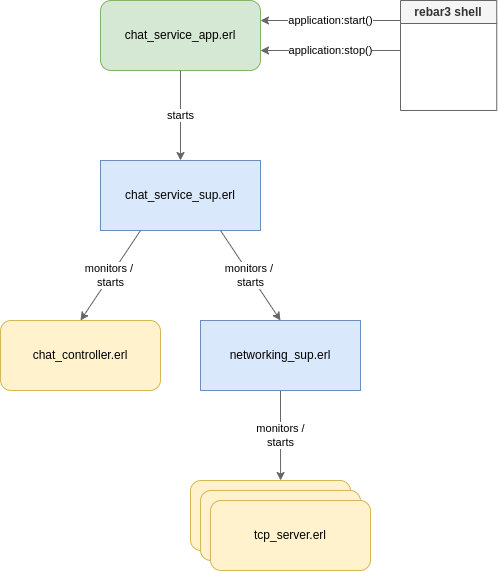
Earlier version of the draw.io export OTP Supervision tree.drawio.png (skaysrei/docs-diagrams). Source tidied: cells renumbered, new cells last; positions are measured from the earlier drawing's top-left corner, leaving out a move shared by most shapes.
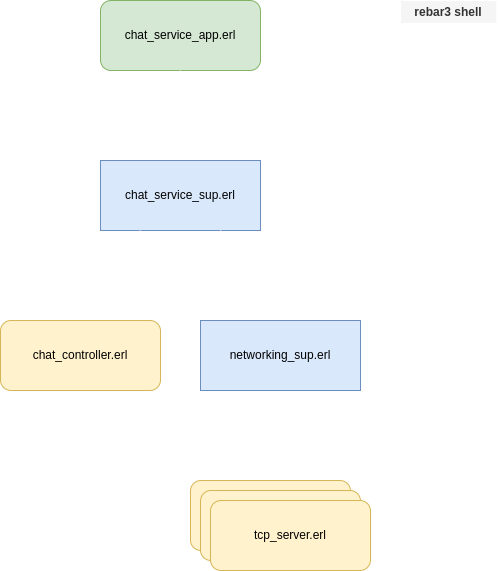
The same file after the commit.

The edit, as a diff of the source:
```diff
@@ -1,4 +1,4 @@
-<mxGraphModel>
+<mxGraphModel background="#5C5E82">
   <root>
     <mxCell id="0" />
     <mxCell id="1" parent="0" />
@@ -8,22 +8,22 @@
     <mxCell id="3" value="chat_service_sup.erl" style="rounded=0;whiteSpace=wrap;html=1;fillColor=#dae8fc;strokeColor=#6c8ebf;" parent="1" vertex="1">
       <mxGeometry x="100" y="160" width="160" height="70" as="geometry" />
     </mxCell>
-    <mxCell id="4" value="starts" style="endArrow=classic;html=1;rounded=0;entryX=0.5;entryY=0;entryDx=0;entryDy=0;exitX=0.5;exitY=1;exitDx=0;exitDy=0;fillColor=#f5f5f5;strokeColor=#666666;" parent="1" edge="1" source="2" target="3">
+    <mxCell id="4" value="starts" style="endArrow=classic;html=1;rounded=0;entryX=0.5;entryY=0;entryDx=0;entryDy=0;exitX=0.5;exitY=1;exitDx=0;exitDy=0;fillColor=#f5f5f5;strokeColor=#FFFFFF;labelBackgroundColor=none;fontColor=#FFFFFF;fontStyle=1;" parent="1" edge="1" source="2" target="3">
       <mxGeometry relative="1" as="geometry" />
     </mxCell>
-    <mxCell id="5" value="application:start()" style="endArrow=classic;html=1;rounded=0;fillColor=#f5f5f5;strokeColor=#666666;" parent="1" edge="1">
+    <mxCell id="5" value="application:start()" style="endArrow=classic;html=1;rounded=0;fillColor=#f5f5f5;strokeColor=#FFFFFF;labelBackgroundColor=none;fontColor=#FFFFFF;fontStyle=1;" parent="1" edge="1">
       <mxGeometry relative="1" as="geometry">
         <mxPoint x="400" y="20" as="sourcePoint" />
         <mxPoint x="260" y="20" as="targetPoint" />
       </mxGeometry>
     </mxCell>
-    <mxCell id="6" value="application:stop()" style="endArrow=classic;html=1;rounded=0;fillColor=#f5f5f5;strokeColor=#666666;" parent="1" edge="1">
+    <mxCell id="6" value="application:stop()" style="endArrow=classic;html=1;rounded=0;fillColor=#f5f5f5;strokeColor=#FFFFFF;labelBackgroundColor=none;fontColor=#FFFFFF;fontStyle=1;" parent="1" edge="1">
       <mxGeometry relative="1" as="geometry">
         <mxPoint x="400" y="50" as="sourcePoint" />
         <mxPoint x="260" y="50" as="targetPoint" />
       </mxGeometry>
     </mxCell>
-    <mxCell id="7" value="monitors /&lt;br&gt;starts" style="edgeStyle=orthogonalEdgeStyle;rounded=0;jettySize=auto;html=1;entryX=0.563;entryY=0;entryDx=0;entryDy=0;entryPerimeter=0;fillColor=#f5f5f5;strokeColor=#666666;" parent="1" edge="1" source="8" target="12">
+    <mxCell id="7" value="monitors /&lt;br&gt;starts" style="edgeStyle=orthogonalEdgeStyle;rounded=0;jettySize=auto;html=1;entryX=0.563;entryY=0;entryDx=0;entryDy=0;entryPerimeter=0;fillColor=#f5f5f5;strokeColor=#FFFFFF;labelBackgroundColor=none;fontColor=#FFFFFF;fontStyle=1;" parent="1" edge="1" source="8" target="12">
       <mxGeometry relative="1" as="geometry" />
     </mxCell>
     <mxCell id="8" value="networking_sup.erl" style="rounded=0;whiteSpace=wrap;html=1;fillColor=#dae8fc;strokeColor=#6c8ebf;" parent="1" vertex="1">
@@ -32,10 +32,10 @@
     <mxCell id="9" value="chat_controller.erl" style="rounded=1;whiteSpace=wrap;html=1;fillColor=#fff2cc;strokeColor=#d6b656;" parent="1" vertex="1">
       <mxGeometry y="320" width="160" height="70" as="geometry" />
     </mxCell>
-    <mxCell id="10" value="monitors /&amp;nbsp;&lt;br&gt;starts" style="endArrow=classic;html=1;rounded=0;exitX=0.25;exitY=1;exitDx=0;exitDy=0;entryX=0.5;entryY=0;entryDx=0;entryDy=0;fillColor=#f5f5f5;strokeColor=#666666;" parent="1" edge="1" source="3" target="9">
+    <mxCell id="10" value="monitors /&amp;nbsp;&lt;br&gt;starts" style="endArrow=classic;html=1;rounded=0;exitX=0.25;exitY=1;exitDx=0;exitDy=0;entryX=0.5;entryY=0;entryDx=0;entryDy=0;labelBackgroundColor=none;fontColor=#FFFFFF;strokeColor=#FFFFFF;fontStyle=1;" parent="1" edge="1" source="3" target="9">
       <mxGeometry relative="1" as="geometry" />
     </mxCell>
-    <mxCell id="11" value="monitors /&amp;nbsp;&lt;br&gt;starts" style="endArrow=classic;html=1;rounded=0;exitX=0.75;exitY=1;exitDx=0;exitDy=0;entryX=0.5;entryY=0;entryDx=0;entryDy=0;fillColor=#f5f5f5;strokeColor=#666666;" parent="1" edge="1" source="3" target="8">
+    <mxCell id="11" value="monitors /&amp;nbsp;&lt;br&gt;starts" style="endArrow=classic;html=1;rounded=0;exitX=0.75;exitY=1;exitDx=0;exitDy=0;entryX=0.5;entryY=0;entryDx=0;entryDy=0;fillColor=#f5f5f5;strokeColor=#FFFFFF;labelBackgroundColor=none;fontColor=#FFFFFF;fontStyle=1;" parent="1" edge="1" source="3" target="8">
       <mxGeometry relative="1" as="geometry" />
     </mxCell>
     <mxCell id="12" value="tcp_server.erl" style="rounded=1;whiteSpace=wrap;html=1;fillColor=#fff2cc;strokeColor=#d6b656;" parent="1" vertex="1">
@@ -47,7 +47,7 @@
     <mxCell id="14" value="tcp_server.erl" style="rounded=1;whiteSpace=wrap;html=1;fillColor=#fff2cc;strokeColor=#d6b656;" parent="1" vertex="1">
       <mxGeometry x="210" y="500" width="160" height="70" as="geometry" />
     </mxCell>
-    <mxCell id="15" value="rebar3 shell" style="swimlane;whiteSpace=wrap;html=1;fillColor=#f5f5f5;fontColor=#333333;strokeColor=#666666;" parent="1" vertex="1">
+    <mxCell id="15" value="rebar3 shell" style="swimlane;whiteSpace=wrap;html=1;fillColor=#f5f5f5;strokeColor=#FFFFFF;glass=0;fontColor=#333333;" parent="1" vertex="1">
       <mxGeometry x="400" width="96.2" height="110" as="geometry" />
     </mxCell>
   </root>
```
